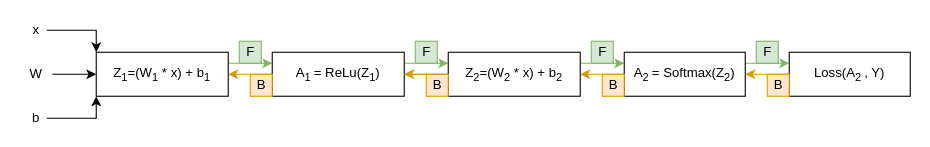
Above: mid-term presentation/Method_TeamLab.drawio in SpellOnYou/team9 (draw.io), before the change. Source tidied: cells renumbered, new cells numbered last; positions are measured from the earlier drawing's top-left corner, leaving out a move shared by most shapes. Both pictures are drawn from the tidied source at 110%, with x=0, y=0 at pixel (19, 19).
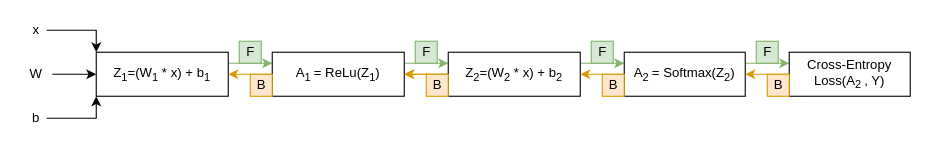
The same page after the edit.

What changed in the source:
```diff
@@
-    <mxCell id="15" value="Loss(A&lt;sub&gt;2 &lt;/sub&gt;, Y)" style="rounded=0;whiteSpace=wrap;html=1;" parent="1" vertex="1">
+    <mxCell id="15" value="Cross-Entropy Loss(A&lt;sub&gt;2 &lt;/sub&gt;, Y)" style="rounded=0;whiteSpace=wrap;html=1;" parent="1" vertex="1">
       <mxGeometry x="700" y="30" width="110" height="40" as="geometry" />
     </mxCell>
```
